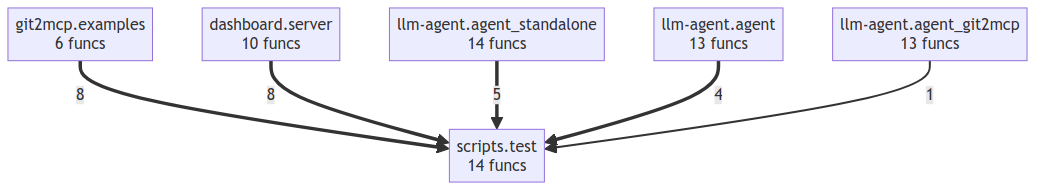
This is project/compact_flow.png from semcod/mcp, a Mermaid export, as it was before one commit. Its source is kept beside it as project/compact_flow.mmd. Source of this version:
```mermaid
flowchart TD
    dashboard__server["dashboard.server<br/>10 funcs"]
    git2mcp__examples["git2mcp.examples<br/>6 funcs"]
    llm_agent__agent["llm-agent.agent<br/>13 funcs"]
    llm_agent__agent_git2mcp["llm-agent.agent_git2mcp<br/>13 funcs"]
    llm_agent__agent_standalone["llm-agent.agent_standalone<br/>14 funcs"]
    scripts__test["scripts.test<br/>14 funcs"]
    git2mcp__examples ==>|8| scripts__test
    dashboard__server ==>|8| scripts__test
    llm_agent__agent_standalone ==>|5| scripts__test
    llm_agent__agent ==>|4| scripts__test
    llm_agent__agent_git2mcp -->|1| scripts__test
```
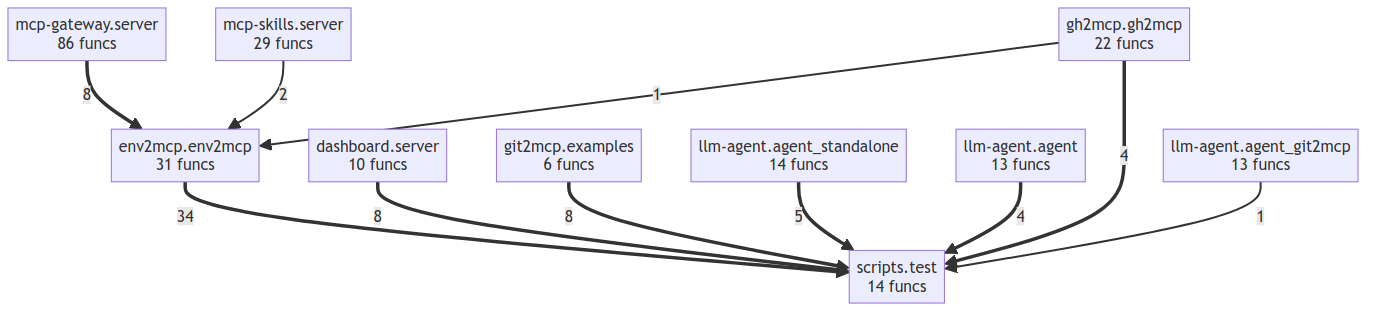
Later version of the same file.

Diff of the diagram source:
```diff
@@ -1,12 +1,21 @@
 flowchart TD
     dashboard__server["dashboard.server<br/>10 funcs"]
+    env2mcp__env2mcp["env2mcp.env2mcp<br/>31 funcs"]
+    gh2mcp__gh2mcp["gh2mcp.gh2mcp<br/>22 funcs"]
     git2mcp__examples["git2mcp.examples<br/>6 funcs"]
     llm_agent__agent["llm-agent.agent<br/>13 funcs"]
     llm_agent__agent_git2mcp["llm-agent.agent_git2mcp<br/>13 funcs"]
     llm_agent__agent_standalone["llm-agent.agent_standalone<br/>14 funcs"]
+    mcp_gateway__server["mcp-gateway.server<br/>86 funcs"]
+    mcp_skills__server["mcp-skills.server<br/>29 funcs"]
     scripts__test["scripts.test<br/>14 funcs"]
+    env2mcp__env2mcp ==>|34| scripts__test
+    dashboard__server ==>|8| scripts__test
     git2mcp__examples ==>|8| scripts__test
-    dashboard__server ==>|8| scripts__test
+    mcp_gateway__server ==>|8| env2mcp__env2mcp
     llm_agent__agent_standalone ==>|5| scripts__test
     llm_agent__agent ==>|4| scripts__test
+    gh2mcp__gh2mcp ==>|4| scripts__test
+    mcp_skills__server -->|2| env2mcp__env2mcp
     llm_agent__agent_git2mcp -->|1| scripts__test
+    gh2mcp__gh2mcp -->|1| env2mcp__env2mcp
```
